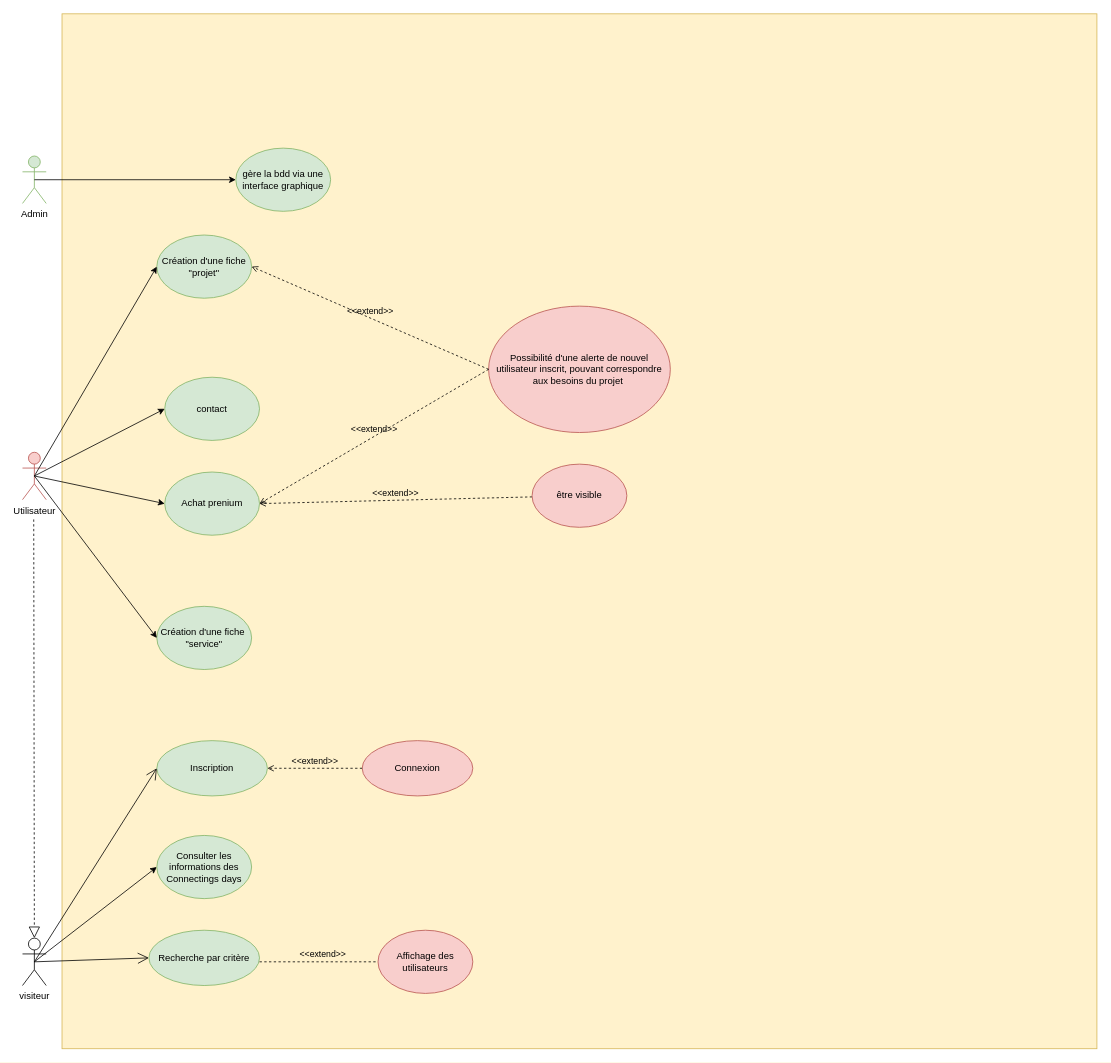
The draw.io diagram DiagrammeCasUtilisations.drawio in alnarolekoala/ProjetStage, before the edit. Source tidied: cells renumbered, new cells numbered last; positions are measured from the earlier drawing's top-left corner, leaving out a move shared by most shapes. Both pictures are drawn from the tidied source at 79%, with x=0, y=0 at pixel (22, 13).
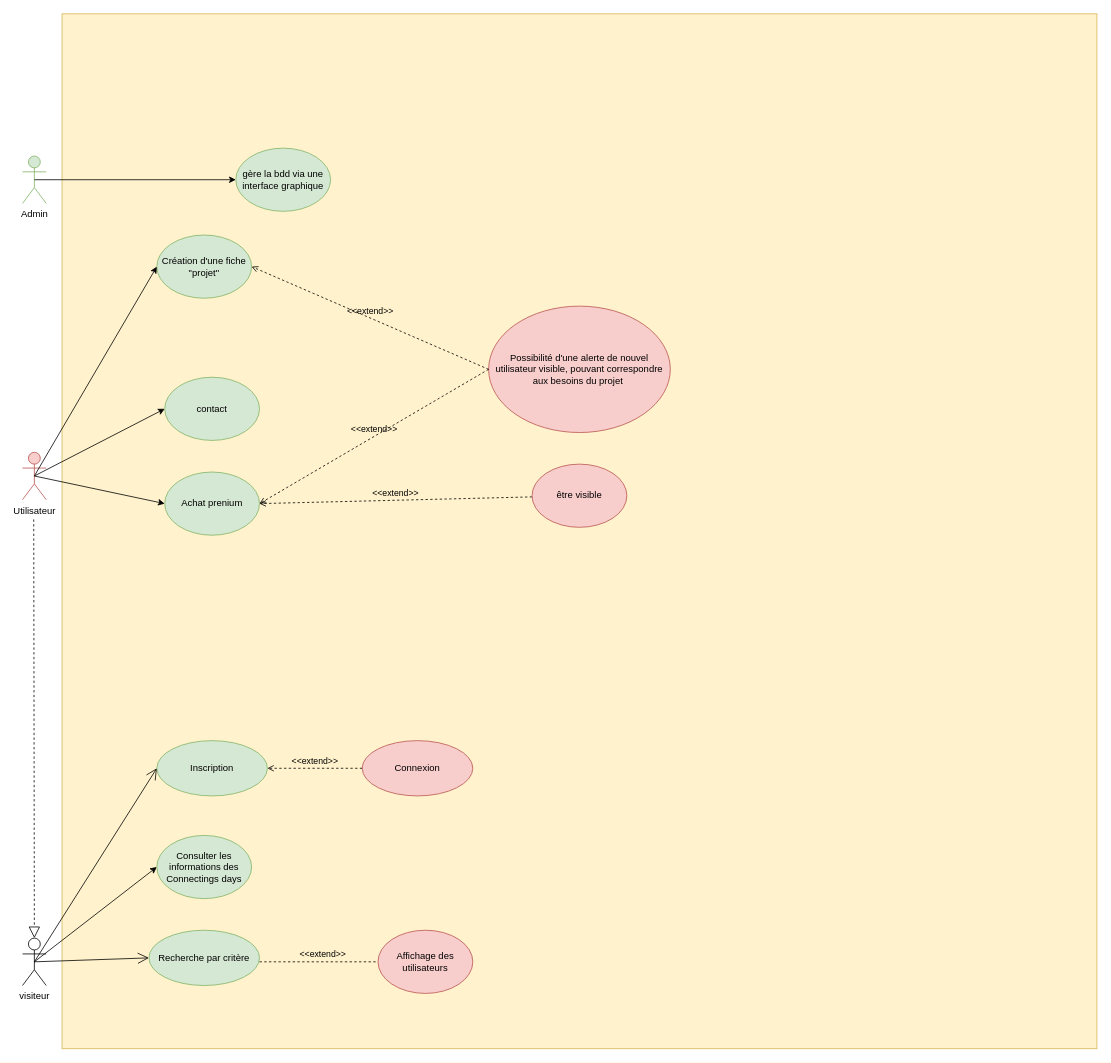
The same page after the edit.

Unchanged cells that the change refers to:
```xml
<mxCell id="4" value="Utilisateur" style="shape=umlActor;verticalLabelPosition=bottom;verticalAlign=top;html=1;fillColor=#f8cecc;strokeColor=#b85450;" parent="1" vertex="1">
  <mxGeometry y="555" width="30" height="60" as="geometry" />
</mxCell>
```

The edit, as a diff of the source:
```diff
@@
-    <mxCell id="25" value="Possibilité d'une alerte de nouvel utilisateur inscrit, pouvant correspondre aux besoins du projet&amp;nbsp;" style="ellipse;whiteSpace=wrap;html=1;fillColor=#f8cecc;strokeColor=#b85450;" parent="1" vertex="1">
+    <mxCell id="25" value="Possibilité d'une alerte de nouvel utilisateur visible, pouvant correspondre aux besoins du projet&amp;nbsp;" style="ellipse;whiteSpace=wrap;html=1;fillColor=#f8cecc;strokeColor=#b85450;" parent="1" vertex="1">
       <mxGeometry x="590" y="370" width="230" height="160" as="geometry" />
     </mxCell>
@@
-    <mxCell id="28" value="Création d'une fiche&amp;nbsp;&lt;br&gt;&quot;service&quot;" style="ellipse;whiteSpace=wrap;html=1;fillColor=#d5e8d4;strokeColor=#82b366;" parent="1" vertex="1">
-      <mxGeometry x="170" y="750" width="120" height="80" as="geometry" />
-    </mxCell>
-    <mxCell id="29" style="endArrow=classic;html=1;exitX=0.5;exitY=0.5;exitDx=0;exitDy=0;exitPerimeter=0;entryX=0;entryY=0.5;entryDx=0;entryDy=0;" parent="1" edge="1" source="4" target="28">
-      <mxGeometry relative="1" as="geometry" />
-    </mxCell>
```
